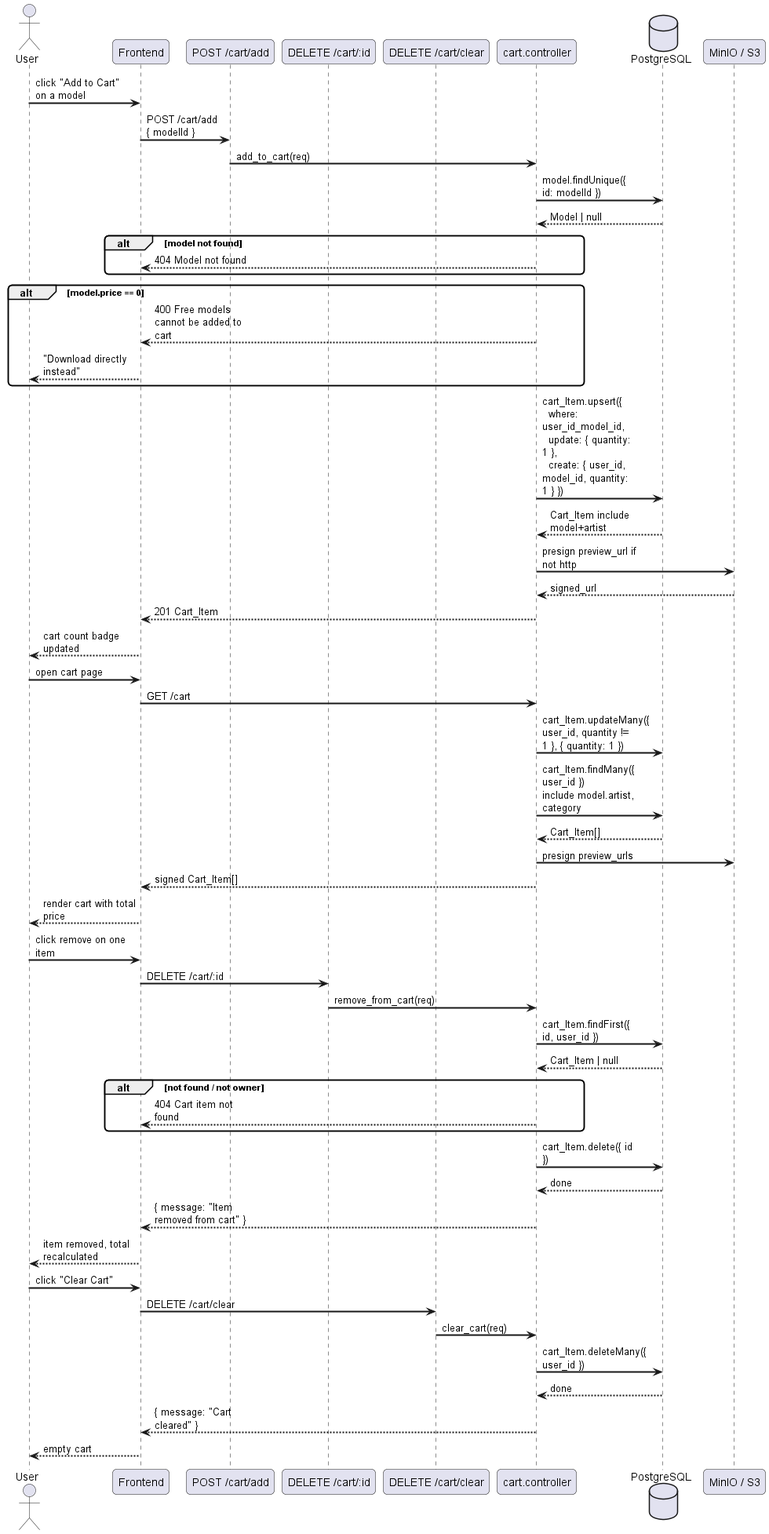
Before: docs/diagrams/exports/sequence/commerce/sequence_cart_management.png, a diagram exported from PlantUML (Schryzon/3Dex).
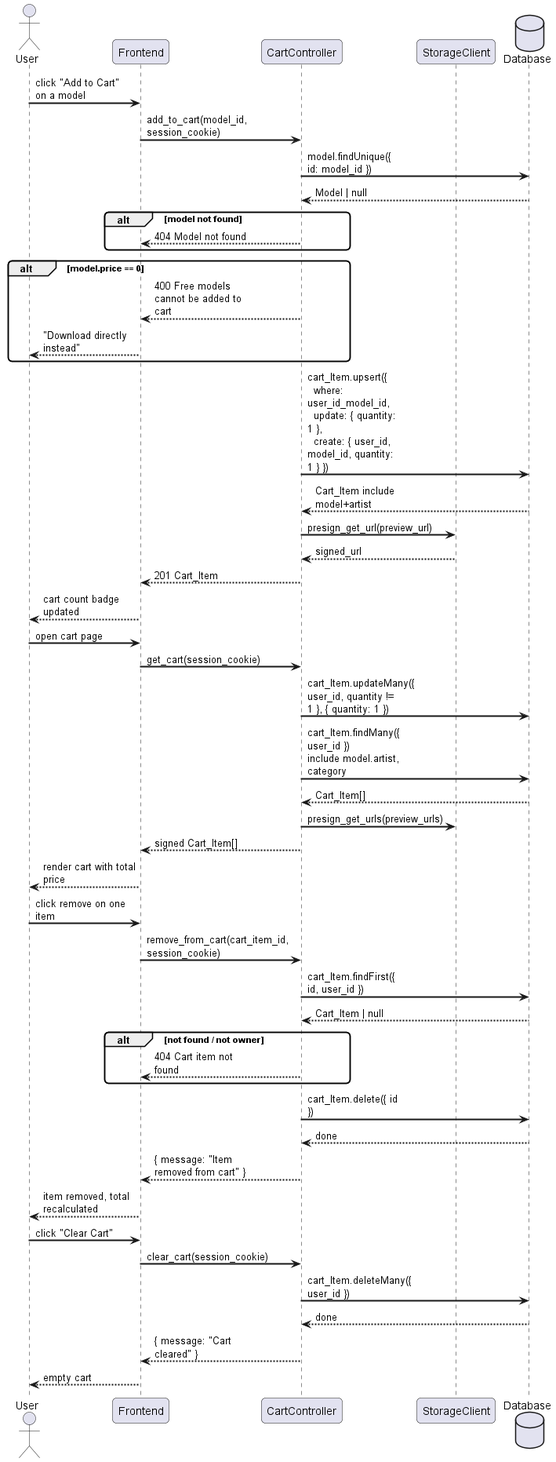
After the commit.

Diff of the diagram source:
```diff
@@ -5,17 +5,13 @@
 
 actor "User" as U
 participant "Frontend" as FE
-participant "POST /cart/add" as ADD
-participant "DELETE /cart/:id" as DEL
-participant "DELETE /cart/clear" as CLR
-participant "cart.controller" as CC
-database "PostgreSQL" as DB
-participant "MinIO / S3" as S3
+participant "CartController" as CC
+participant "StorageClient" as S3
+database "Database" as DB
 
 U -> FE : click "Add to Cart" on a model
-FE -> ADD : POST /cart/add\n{ modelId }
-ADD -> CC : add_to_cart(req)
-CC -> DB : model.findUnique({ id: modelId })
+FE -> CC : add_to_cart(model_id, session_cookie)
+CC -> DB : model.findUnique({ id: model_id })
 DB --> CC : Model | null
 alt model not found
     CC --> FE : 404 Model not found
@@ -26,23 +22,22 @@
 end
 CC -> DB : cart_Item.upsert({\n  where: user_id_model_id,\n  update: { quantity: 1 },\n  create: { user_id, model_id, quantity: 1 } })
 DB --> CC : Cart_Item include model+artist
-CC -> S3 : presign preview_url if not http
+CC -> S3 : presign_get_url(preview_url)
 S3 --> CC : signed_url
 CC --> FE : 201 Cart_Item
 FE --> U : cart count badge updated
 
 U -> FE : open cart page
-FE -> CC : GET /cart
+FE -> CC : get_cart(session_cookie)
 CC -> DB : cart_Item.updateMany({ user_id, quantity != 1 }, { quantity: 1 })
 CC -> DB : cart_Item.findMany({ user_id })\ninclude model.artist, category
 DB --> CC : Cart_Item[]
-CC -> S3 : presign preview_urls
+CC -> S3 : presign_get_urls(preview_urls)
 CC --> FE : signed Cart_Item[]
 FE --> U : render cart with total price
 
 U -> FE : click remove on one item
-FE -> DEL : DELETE /cart/:id
-DEL -> CC : remove_from_cart(req)
+FE -> CC : remove_from_cart(cart_item_id, session_cookie)
 CC -> DB : cart_Item.findFirst({ id, user_id })
 DB --> CC : Cart_Item | null
 alt not found / not owner
@@ -54,8 +49,7 @@
 FE --> U : item removed, total recalculated
 
 U -> FE : click "Clear Cart"
-FE -> CLR : DELETE /cart/clear
-CLR -> CC : clear_cart(req)
+FE -> CC : clear_cart(session_cookie)
 CC -> DB : cart_Item.deleteMany({ user_id })
 DB --> CC : done
 CC --> FE : { message: "Cart cleared" }
```
